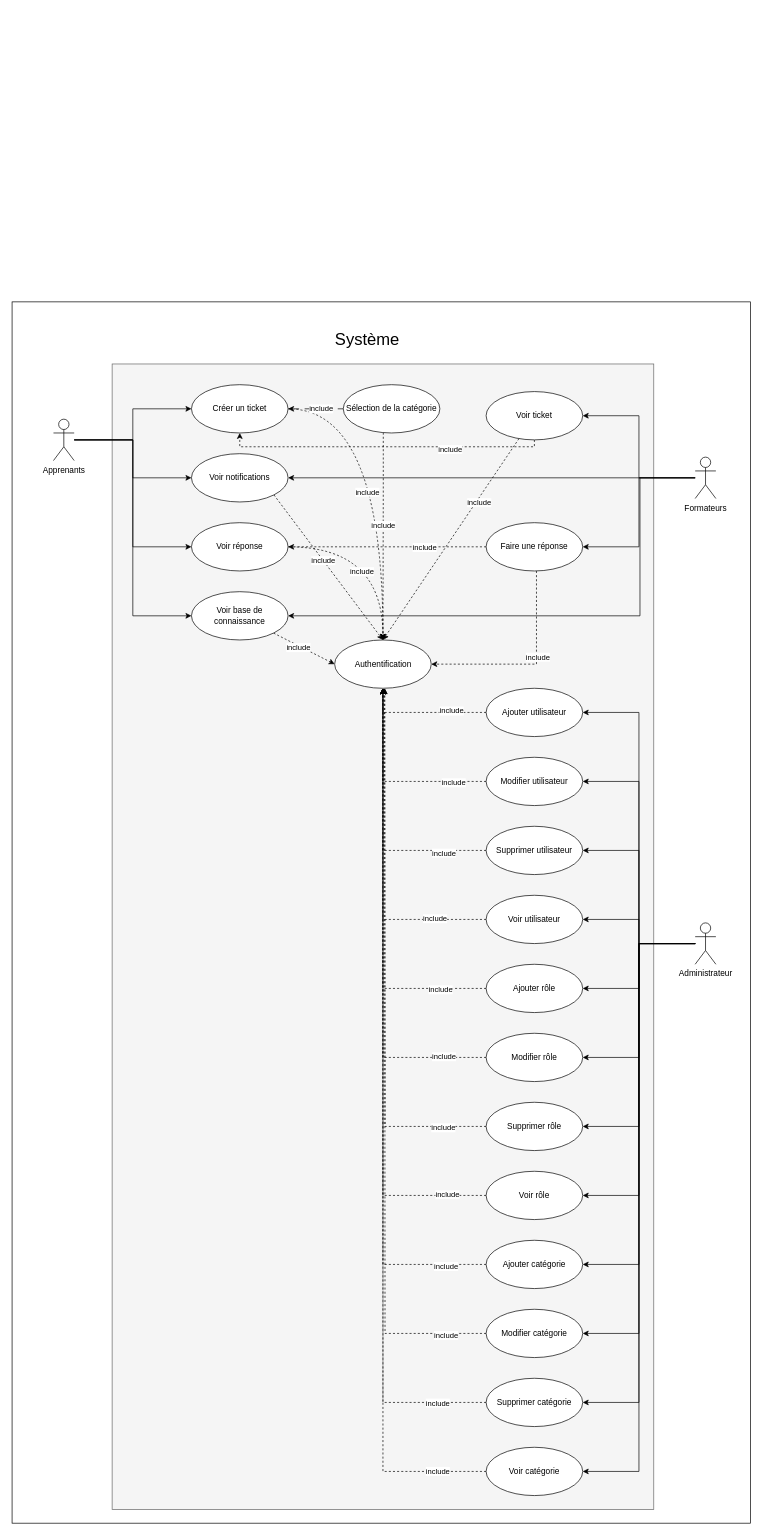
Before: Diagramme sans nom.drawio in reyptz/API-Gestion-Tickets, a draw.io diagram. Source tidied: cells renumbered, new cells numbered last; positions are measured from the earlier drawing's top-left corner, leaving out a move shared by most shapes. Both pictures are drawn from the tidied source at 69%, with x=0, y=0 at pixel (12, 302).
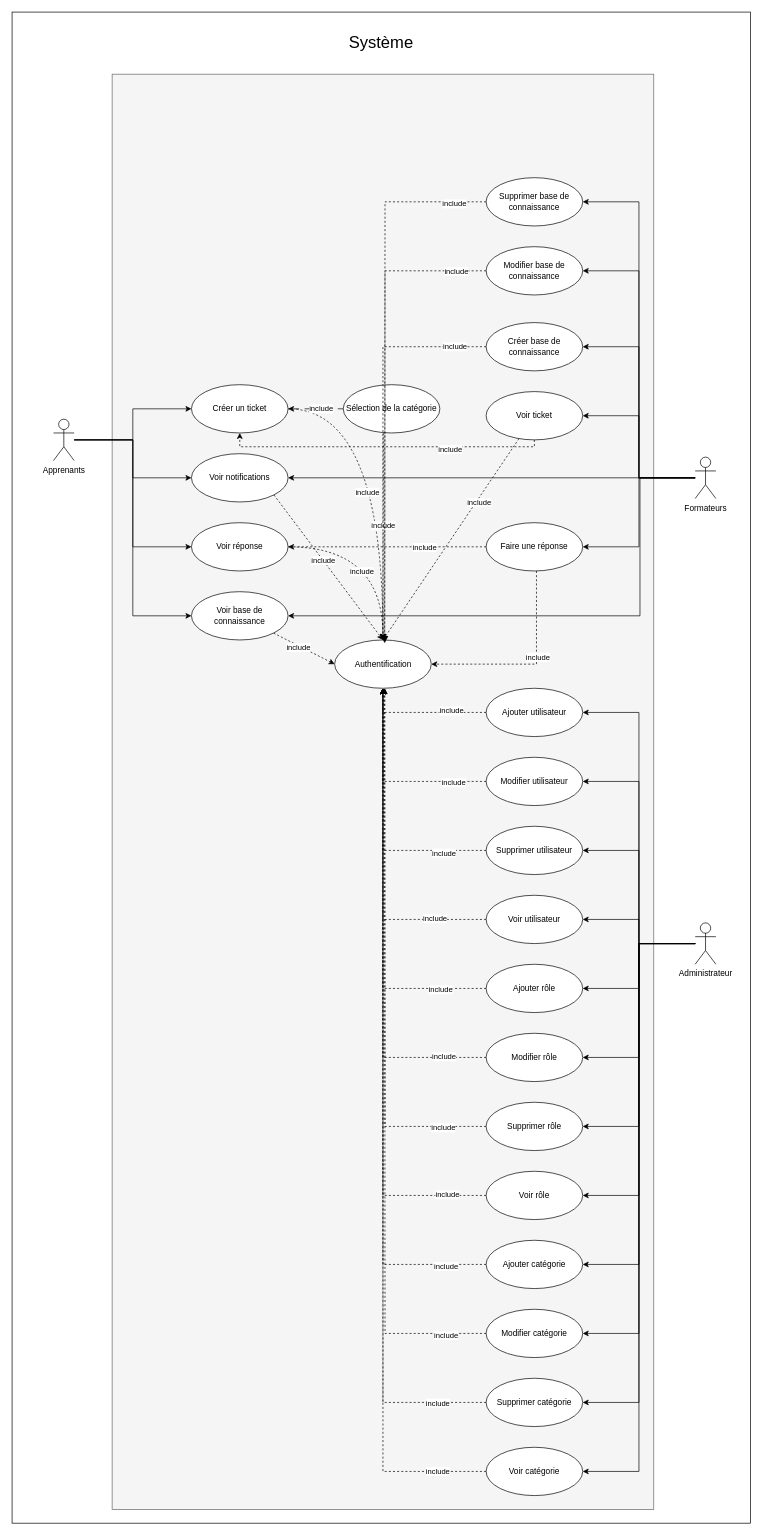
The same page after the edit.

Commit message:
Mettre à jour Diagramme sans nom.drawio

The change refers to these unchanged cells:
```xml
<mxCell id="14" value="Formateurs" style="shape=umlActor;verticalLabelPosition=bottom;verticalAlign=top;html=1;outlineConnect=0;" parent="1" vertex="1">
  <mxGeometry x="990" y="225" width="30" height="60" as="geometry" />
</mxCell>
<mxCell id="79" value="Authentification" style="ellipse;whiteSpace=wrap;html=1;" parent="1" vertex="1">
  <mxGeometry x="467.5" y="490" width="140" height="70" as="geometry" />
</mxCell>
```

The edit, as a diff of the source:
```diff
@@
     <mxCell id="2" style="rounded=0;whiteSpace=wrap;html=1;" parent="1" vertex="1">
-      <mxGeometry width="1070" height="1770" as="geometry" />
+      <mxGeometry y="-420" width="1070" height="2190" as="geometry" />
     </mxCell>
     <mxCell id="3" style="rounded=0;whiteSpace=wrap;html=1;fillColor=#f5f5f5;fontColor=#333333;strokeColor=#666666;" parent="1" vertex="1">
-      <mxGeometry x="145" y="90" width="785" height="1660" as="geometry" />
+      <mxGeometry x="145" y="-330" width="785" height="2080" as="geometry" />
     </mxCell>
     <mxCell id="4" value="&lt;font style=&quot;font-size: 24px;&quot;&gt;Système&lt;/font&gt;" style="text;html=1;align=center;verticalAlign=middle;whiteSpace=wrap;rounded=0;" parent="1" vertex="1">
-      <mxGeometry x="460" y="40" width="110" height="30" as="geometry" />
+      <mxGeometry x="480" y="-390" width="110" height="30" as="geometry" />
     </mxCell>
@@
+    <mxCell id="92" style="edgeStyle=orthogonalEdgeStyle;rounded=0;jettySize=auto;html=1;entryX=1;entryY=0.5;entryDx=0;entryDy=0;" parent="1" edge="1" source="14" target="97">
+      <mxGeometry relative="1" as="geometry" />
+    </mxCell>
+    <mxCell id="93" style="edgeStyle=orthogonalEdgeStyle;rounded=0;jettySize=auto;html=1;entryX=1;entryY=0.5;entryDx=0;entryDy=0;" parent="1" edge="1" source="14" target="100">
+      <mxGeometry relative="1" as="geometry" />
+    </mxCell>
+    <mxCell id="94" style="edgeStyle=orthogonalEdgeStyle;rounded=0;jettySize=auto;html=1;entryX=1;entryY=0.5;entryDx=0;entryDy=0;" parent="1" edge="1" source="14" target="103">
+      <mxGeometry relative="1" as="geometry" />
+    </mxCell>
@@
+    <mxCell id="95" style="edgeStyle=orthogonalEdgeStyle;rounded=0;jettySize=auto;html=1;entryX=0.5;entryY=0;entryDx=0;entryDy=0;dashed=1;" parent="1" edge="1" source="97" target="79">
+      <mxGeometry relative="1" as="geometry" />
+    </mxCell>
+    <mxCell id="96" value="include" style="edgeLabel;html=1;align=center;verticalAlign=middle;" parent="95" vertex="1">
+      <mxGeometry x="-0.84" y="-1" relative="1" as="geometry" />
+    </mxCell>
+    <mxCell id="97" value="Créer base de connaissance" style="ellipse;whiteSpace=wrap;html=1;" parent="1" vertex="1">
+      <mxGeometry x="687" y="30" width="140" height="70" as="geometry" />
+    </mxCell>
+    <mxCell id="98" style="edgeStyle=orthogonalEdgeStyle;rounded=0;jettySize=auto;html=1;dashed=1;" parent="1" edge="1" source="100">
+      <mxGeometry relative="1" as="geometry">
+        <mxPoint x="540" y="492.4" as="targetPoint" />
+      </mxGeometry>
+    </mxCell>
+    <mxCell id="99" value="include" style="edgeLabel;html=1;align=center;verticalAlign=middle;" parent="98" vertex="1">
+      <mxGeometry x="-0.87" relative="1" as="geometry" />
+    </mxCell>
+    <mxCell id="100" value="Modifier base de connaissance" style="ellipse;whiteSpace=wrap;html=1;" parent="1" vertex="1">
+      <mxGeometry x="687" y="-80" width="140" height="70" as="geometry" />
+    </mxCell>
+    <mxCell id="101" style="edgeStyle=orthogonalEdgeStyle;rounded=0;jettySize=auto;html=1;dashed=1;" parent="1" edge="1" source="103">
+      <mxGeometry relative="1" as="geometry">
+        <mxPoint x="540" y="494.7" as="targetPoint" />
+      </mxGeometry>
+    </mxCell>
+    <mxCell id="102" value="include" style="edgeLabel;html=1;align=center;verticalAlign=middle;" parent="101" vertex="1">
+      <mxGeometry x="-0.88" y="2" relative="1" as="geometry" />
+    </mxCell>
+    <mxCell id="103" value="Supprimer base de connaissance" style="ellipse;whiteSpace=wrap;html=1;" parent="1" vertex="1">
+      <mxGeometry x="687" y="-180" width="140" height="70" as="geometry" />
+    </mxCell>
```
